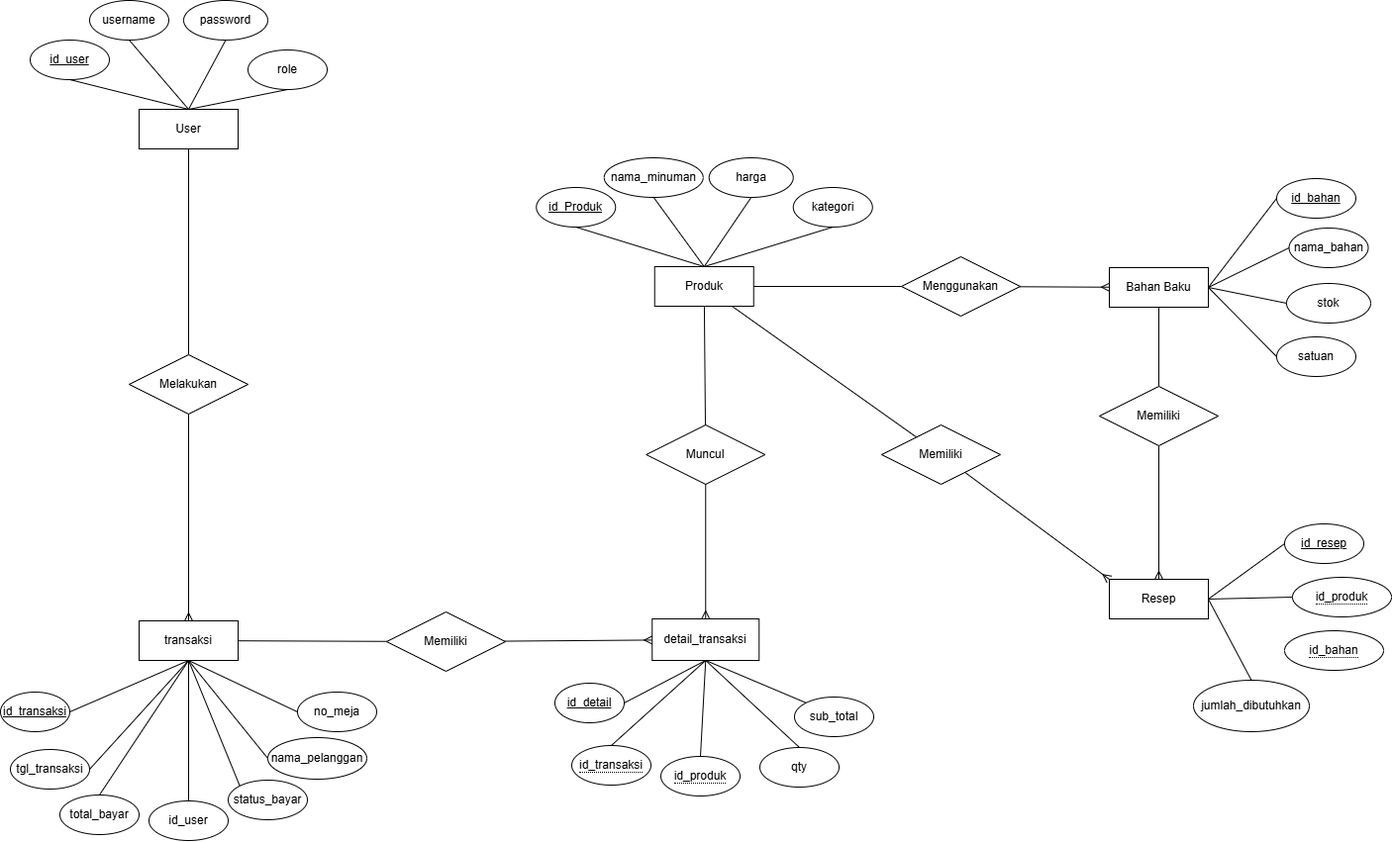
DeblonZT/project_drink_store keeps this draw.io diagram as ERD_project_drink_store.drawio.png. Above is the earlier version. Source tidied: cells renumbered, new cells last; positions are measured from the earlier drawing's top-left corner, leaving out a move shared by most shapes.
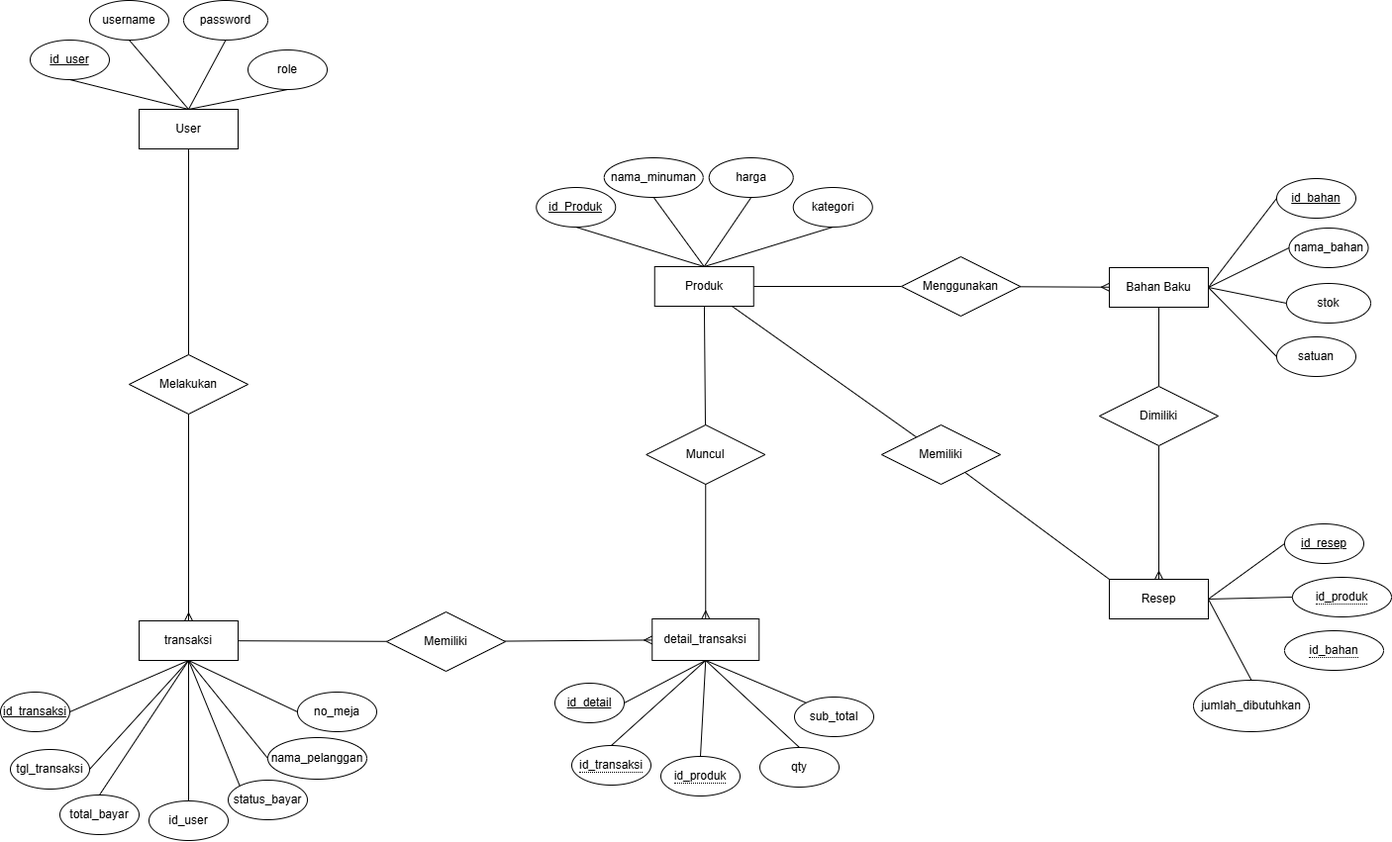
The same file after the commit.

Change to the diagram source:
```diff
@@ -227,7 +227,7 @@
     <mxCell id="76" style="edgeStyle=none;rounded=0;jettySize=auto;html=1;endArrow=none;endFill=0;" parent="1" edge="1" source="78" target="14">
       <mxGeometry relative="1" as="geometry" />
     </mxCell>
-    <mxCell id="77" style="edgeStyle=none;rounded=0;jettySize=auto;html=1;endArrow=ERmany;endFill=0;entryX=0;entryY=0;entryDx=0;entryDy=0;" parent="1" edge="1" source="78" target="36">
+    <mxCell id="77" style="edgeStyle=none;rounded=0;jettySize=auto;html=1;endArrow=none;endFill=0;entryX=0;entryY=0;entryDx=0;entryDy=0;" parent="1" edge="1" source="78" target="36">
       <mxGeometry relative="1" as="geometry" />
     </mxCell>
     <mxCell id="78" value="Memiliki" style="rhombus;whiteSpace=wrap;html=1;" parent="1" vertex="1">
@@ -236,7 +236,7 @@
     <mxCell id="79" style="edgeStyle=none;rounded=0;jettySize=auto;html=1;endArrow=ERmany;endFill=0;" parent="1" edge="1" source="80" target="36">
       <mxGeometry relative="1" as="geometry" />
     </mxCell>
-    <mxCell id="80" value="Memiliki" style="rhombus;whiteSpace=wrap;html=1;" parent="1" vertex="1">
+    <mxCell id="80" value="Dimiliki" style="rhombus;whiteSpace=wrap;html=1;" parent="1" vertex="1">
       <mxGeometry x="1110" y="390" width="120" height="60" as="geometry" />
     </mxCell>
   </root>
```
